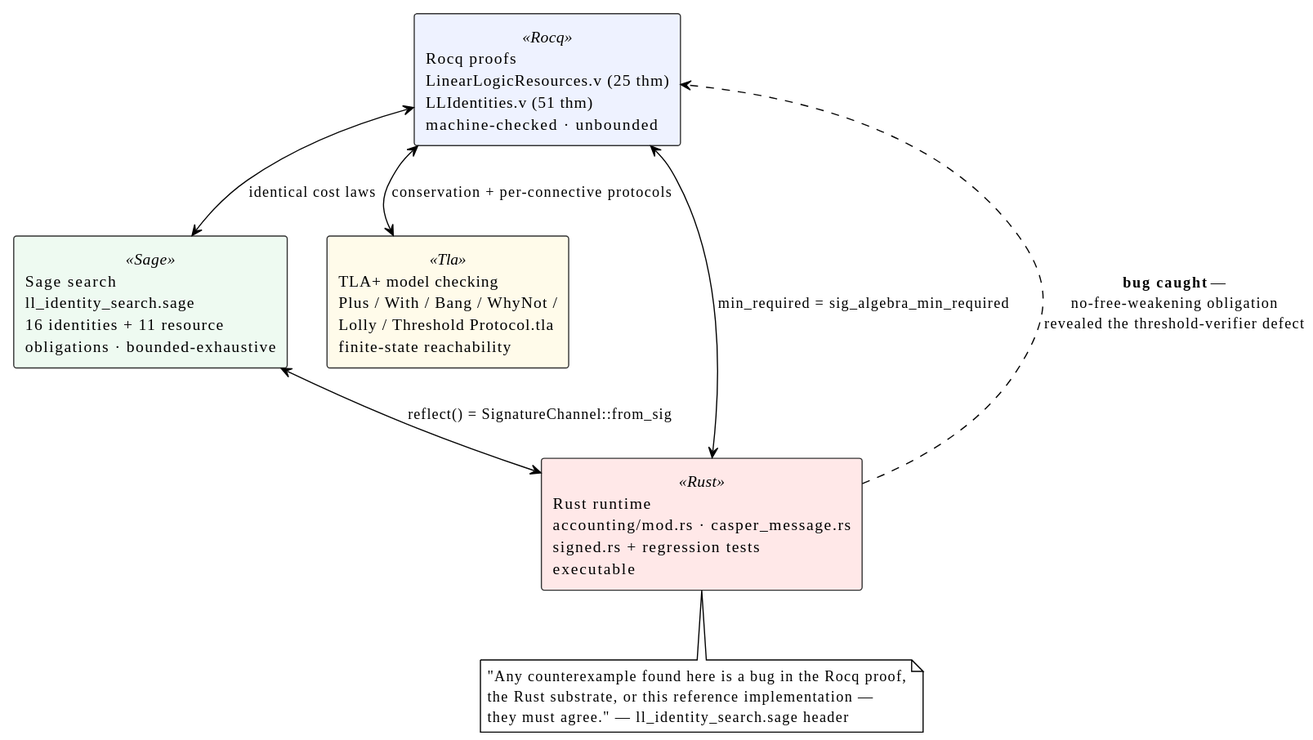
Above: docs/theory/diagrams/ll-corroboration-architecture.svg in F1R3FLY-io/f1r3node-rust (PlantUML), before the change.
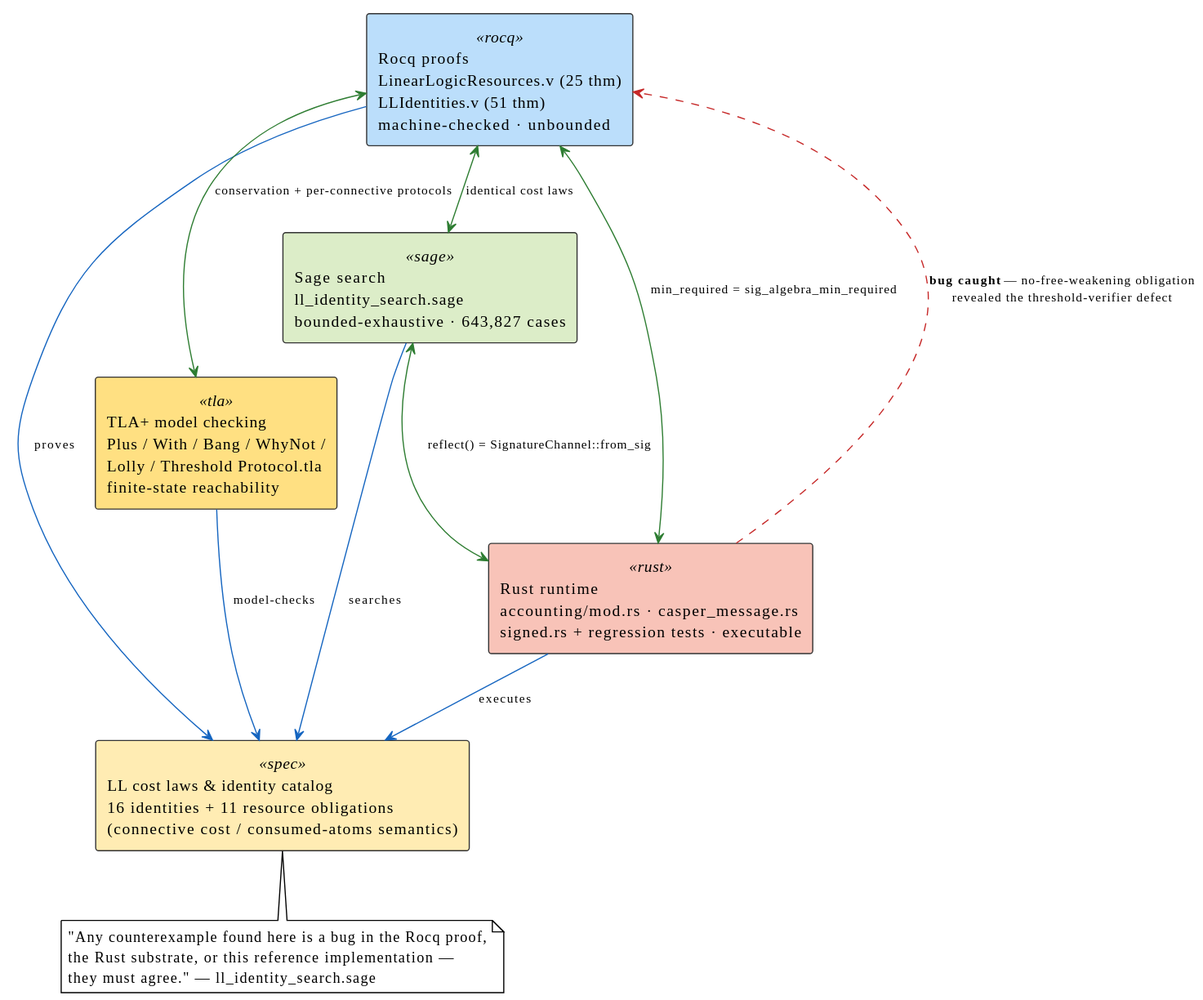
After the commit.

Commit message:
[agent] docs(cost-accounted-rho): complete and fully colorize the five LL diagrams

What changed in the source:
```diff
@@ -1,28 +1,37 @@
 @startuml
 !theme plain
 skinparam componentStyle rectangle
+skinparam shadowing false
+skinparam ArrowFontSize 11
 skinparam component {
-  BackgroundColor<<Rocq>> #EEF2FF
-  BackgroundColor<<Sage>> #EEFAF1
-  BackgroundColor<<Tla>>  #FFFBEA
-  BackgroundColor<<Rust>> #FFE8E8
+  BackgroundColor<<spec>> #FFECB3
+  BackgroundColor<<rocq>> #BBDEFB
+  BackgroundColor<<sage>> #DCEDC8
+  BackgroundColor<<tla>>  #FFE082
+  BackgroundColor<<rust>> #F8C3B8
   BorderColor #333333
 }
 
-component "Rocq proofs\nLinearLogicResources.v (25 thm)\nLLIdentities.v (51 thm)\nmachine-checked · unbounded" <<Rocq>> as ROCQ
-component "Sage search\nll_identity_search.sage\n16 identities + 11 resource\nobligations · bounded-exhaustive" <<Sage>> as SAGE
-component "TLA+ model checking\nPlus / With / Bang / WhyNot /\nLolly / Threshold Protocol.tla\nfinite-state reachability" <<Tla>> as TLA
-component "Rust runtime\naccounting/mod.rs · casper_message.rs\nsigned.rs + regression tests\nexecutable" <<Rust>> as RUST
+component "LL cost laws & identity catalog\n16 identities + 11 resource obligations\n(connective cost / consumed-atoms semantics)" <<spec>> as SPEC
+component "Rocq proofs\nLinearLogicResources.v (25 thm)\nLLIdentities.v (51 thm)\nmachine-checked · unbounded" <<rocq>> as ROCQ
+component "Sage search\nll_identity_search.sage\nbounded-exhaustive · 643,827 cases" <<sage>> as SAGE
+component "TLA+ model checking\nPlus / With / Bang / WhyNot /\nLolly / Threshold Protocol.tla\nfinite-state reachability" <<tla>> as TLA
+component "Rust runtime\naccounting/mod.rs · casper_message.rs\nsigned.rs + regression tests · executable" <<rust>> as RUST
 
-ROCQ <--> SAGE : identical cost laws
-ROCQ <--> TLA  : conservation + per-connective protocols
-ROCQ <--> RUST : min_required = sig_algebra_min_required
-SAGE <--> RUST : reflect() = SignatureChannel::from_sig
-RUST ..> ROCQ  : <b>bug caught</b> —\nno-free-weakening obligation\nrevealed the threshold-verifier defect
+ROCQ -[#1565C0]-> SPEC : proves
+SAGE -[#1565C0]-> SPEC : searches
+TLA  -[#1565C0]-> SPEC : model-checks
+RUST -[#1565C0]-> SPEC : executes
 
-note bottom of RUST
+ROCQ <-[#2E7D32]-> SAGE : identical cost laws
+ROCQ <-[#2E7D32]-> RUST : min_required = sig_algebra_min_required
+SAGE <-[#2E7D32]-> RUST : reflect() = SignatureChannel::from_sig
+ROCQ <-[#2E7D32]-> TLA  : conservation + per-connective protocols
+RUST .[#C62828].> ROCQ : <b>bug caught</b> — no-free-weakening obligation\nrevealed the threshold-verifier defect
+
+note bottom of SPEC
   "Any counterexample found here is a bug in the Rocq proof,
   the Rust substrate, or this reference implementation —
-  they must agree."  — ll_identity_search.sage header
+  they must agree."  — ll_identity_search.sage
 end note
 @enduml
```
